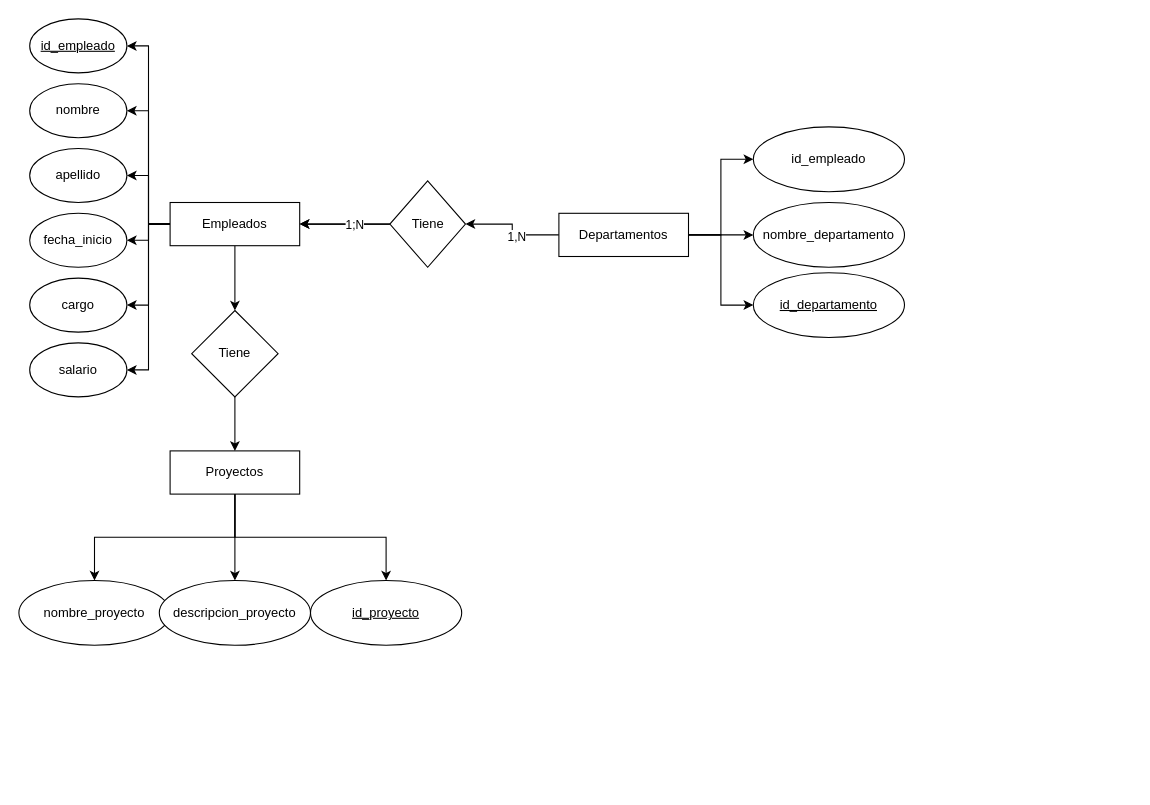
L3AC/DB_Will_MD1 keeps this draw.io diagram as DiagramaER.drawio. Above is the earlier version. Source tidied: cells renumbered, new cells numbered last; positions are measured from the earlier drawing's top-left corner, leaving out a move shared by most shapes. Both pictures are drawn from the tidied source at 108%, with x=0, y=0 at pixel (18, 18).
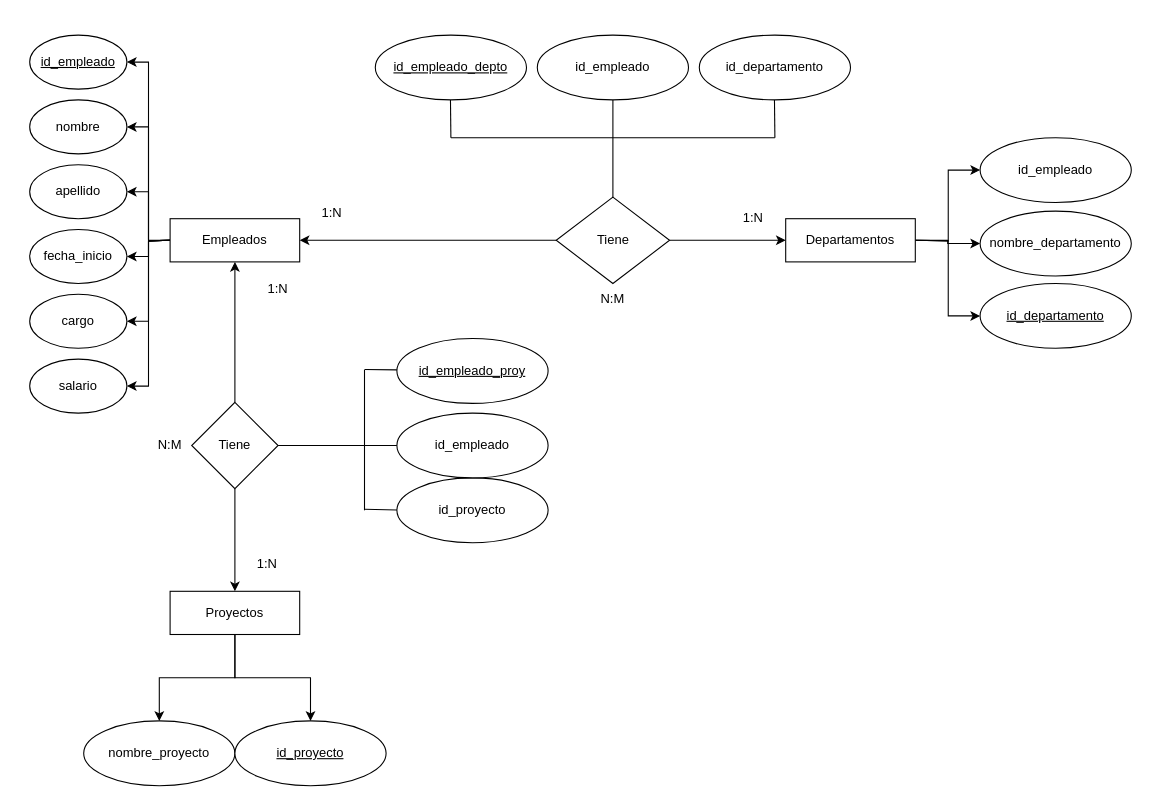
After the change.

Change to the diagram source:
```diff
@@
-    <mxCell id="2" style="edgeStyle=orthogonalEdgeStyle;rounded=0;jettySize=auto;html=1;exitX=0;exitY=0.5;exitDx=0;exitDy=0;entryX=1;entryY=0.5;entryDx=0;entryDy=0;" parent="1" edge="1" source="9" target="20">
+    <mxCell id="2" style="edgeStyle=orthogonalEdgeStyle;rounded=0;jettySize=auto;html=1;exitX=0;exitY=0.5;exitDx=0;exitDy=0;entryX=1;entryY=0.5;entryDx=0;entryDy=0;" parent="1" edge="1" target="20">
       <mxGeometry relative="1" as="geometry">
+        <mxPoint x="140" y="205" as="sourcePoint" />
         <Array as="points">
-          <mxPoint x="120" y="190" />
-          <mxPoint x="120" y="85" />
+          <mxPoint x="120" y="205" />
+          <mxPoint x="120" y="100" />
         </Array>
       </mxGeometry>
     </mxCell>
-    <mxCell id="3" style="edgeStyle=orthogonalEdgeStyle;rounded=0;jettySize=auto;html=1;exitX=0;exitY=0.5;exitDx=0;exitDy=0;entryX=1;entryY=0.5;entryDx=0;entryDy=0;" parent="1" edge="1" source="9" target="21">
-      <mxGeometry relative="1" as="geometry" />
+    <mxCell id="3" style="edgeStyle=orthogonalEdgeStyle;rounded=0;jettySize=auto;html=1;exitX=0;exitY=0.5;exitDx=0;exitDy=0;entryX=1;entryY=0.5;entryDx=0;entryDy=0;" parent="1" edge="1" target="21">
+      <mxGeometry relative="1" as="geometry">
+        <mxPoint x="140" y="205" as="sourcePoint" />
+      </mxGeometry>
     </mxCell>
-    <mxCell id="4" style="edgeStyle=orthogonalEdgeStyle;rounded=0;jettySize=auto;html=1;exitX=0;exitY=0.5;exitDx=0;exitDy=0;" parent="1" edge="1" source="9" target="24">
-      <mxGeometry relative="1" as="geometry" />
+    <mxCell id="4" style="edgeStyle=orthogonalEdgeStyle;rounded=0;jettySize=auto;html=1;exitX=0;exitY=0.5;exitDx=0;exitDy=0;" parent="1" edge="1" target="24">
+      <mxGeometry relative="1" as="geometry">
+        <mxPoint x="140" y="205" as="sourcePoint" />
+      </mxGeometry>
     </mxCell>
-    <mxCell id="5" style="edgeStyle=orthogonalEdgeStyle;rounded=0;jettySize=auto;html=1;exitX=0;exitY=0.5;exitDx=0;exitDy=0;entryX=1;entryY=0.5;entryDx=0;entryDy=0;" parent="1" edge="1" source="9" target="22">
-      <mxGeometry relative="1" as="geometry" />
+    <mxCell id="5" style="edgeStyle=orthogonalEdgeStyle;rounded=0;jettySize=auto;html=1;exitX=0;exitY=0.5;exitDx=0;exitDy=0;entryX=1;entryY=0.5;entryDx=0;entryDy=0;" parent="1" edge="1" target="22">
+      <mxGeometry relative="1" as="geometry">
+        <mxPoint x="140" y="205" as="sourcePoint" />
+      </mxGeometry>
     </mxCell>
-    <mxCell id="6" style="edgeStyle=orthogonalEdgeStyle;rounded=0;jettySize=auto;html=1;exitX=0;exitY=0.5;exitDx=0;exitDy=0;entryX=1;entryY=0.5;entryDx=0;entryDy=0;" parent="1" edge="1" source="9" target="23">
-      <mxGeometry relative="1" as="geometry" />
+    <mxCell id="6" style="edgeStyle=orthogonalEdgeStyle;rounded=0;jettySize=auto;html=1;exitX=0;exitY=0.5;exitDx=0;exitDy=0;entryX=1;entryY=0.5;entryDx=0;entryDy=0;" parent="1" edge="1" target="23">
+      <mxGeometry relative="1" as="geometry">
+        <mxPoint x="140" y="205" as="sourcePoint" />
+      </mxGeometry>
     </mxCell>
-    <mxCell id="7" style="edgeStyle=orthogonalEdgeStyle;rounded=0;jettySize=auto;html=1;exitX=0.5;exitY=1;exitDx=0;exitDy=0;entryX=0.5;entryY=0;entryDx=0;entryDy=0;" parent="1" edge="1" source="9" target="30">
-      <mxGeometry relative="1" as="geometry" />
-    </mxCell>
-    <mxCell id="8" style="edgeStyle=orthogonalEdgeStyle;rounded=0;jettySize=auto;html=1;exitX=0;exitY=0.5;exitDx=0;exitDy=0;entryX=1;entryY=0.5;entryDx=0;entryDy=0;" parent="1" edge="1" source="9" target="35">
-      <mxGeometry relative="1" as="geometry" />
+    <mxCell id="8" style="edgeStyle=orthogonalEdgeStyle;rounded=0;jettySize=auto;html=1;exitX=0;exitY=0.5;exitDx=0;exitDy=0;entryX=1;entryY=0.5;entryDx=0;entryDy=0;" parent="1" edge="1" target="35">
+      <mxGeometry relative="1" as="geometry">
+        <mxPoint x="140" y="205" as="sourcePoint" />
+      </mxGeometry>
     </mxCell>
     <mxCell id="9" value="Empleados" style="rounded=0;whiteSpace=wrap;html=1;" parent="1" vertex="1">
-      <mxGeometry x="140" y="170" width="120" height="40" as="geometry" />
+      <mxGeometry x="140" y="185" width="120" height="40" as="geometry" />
     </mxCell>
-    <mxCell id="10" style="edgeStyle=orthogonalEdgeStyle;rounded=0;jettySize=auto;html=1;exitX=0;exitY=0.5;exitDx=0;exitDy=0;entryX=1;entryY=0.5;entryDx=0;entryDy=0;" parent="1" edge="1" source="15" target="28">
-      <mxGeometry relative="1" as="geometry" />
-    </mxCell>
-    <mxCell id="11" value="1,N" style="edgeLabel;html=1;align=center;verticalAlign=middle;" parent="10" vertex="1">
-      <mxGeometry x="-0.18" y="1" relative="1" as="geometry" />
-    </mxCell>
-    <mxCell id="12" style="edgeStyle=orthogonalEdgeStyle;rounded=0;jettySize=auto;html=1;exitX=1;exitY=0.5;exitDx=0;exitDy=0;entryX=0;entryY=0.5;entryDx=0;entryDy=0;" parent="1" edge="1" source="15" target="31">
-      <mxGeometry relative="1" as="geometry" />
-    </mxCell>
-    <mxCell id="13" style="edgeStyle=orthogonalEdgeStyle;rounded=0;jettySize=auto;html=1;exitX=1;exitY=0.5;exitDx=0;exitDy=0;entryX=0;entryY=0.5;entryDx=0;entryDy=0;" parent="1" edge="1" source="15" target="33">
-      <mxGeometry relative="1" as="geometry" />
+    <mxCell id="13" style="edgeStyle=orthogonalEdgeStyle;rounded=0;jettySize=auto;html=1;exitX=1;exitY=0.5;exitDx=0;exitDy=0;entryX=0;entryY=0.5;entryDx=0;entryDy=0;" parent="1" edge="1" target="33">
+      <mxGeometry relative="1" as="geometry">
+        <mxPoint x="830" y="205" as="sourcePoint" />
+      </mxGeometry>
     </mxCell>
-    <mxCell id="14" style="edgeStyle=orthogonalEdgeStyle;rounded=0;jettySize=auto;html=1;exitX=1;exitY=0.5;exitDx=0;exitDy=0;entryX=0;entryY=0.5;entryDx=0;entryDy=0;" parent="1" edge="1" source="15" target="36">
-      <mxGeometry relative="1" as="geometry" />
+    <mxCell id="14" style="edgeStyle=orthogonalEdgeStyle;rounded=0;jettySize=auto;html=1;exitX=1;exitY=0.5;exitDx=0;exitDy=0;entryX=0;entryY=0.5;entryDx=0;entryDy=0;" parent="1" edge="1" target="36">
+      <mxGeometry relative="1" as="geometry">
+        <mxPoint x="830" y="205" as="sourcePoint" />
+      </mxGeometry>
     </mxCell>
+    <mxCell id="12" style="edgeStyle=orthogonalEdgeStyle;rounded=0;jettySize=auto;html=1;entryX=0;entryY=0.5;entryDx=0;entryDy=0;" parent="1" edge="1" source="15" target="31">
+      <mxGeometry relative="1" as="geometry" />
+    </mxCell>
     <mxCell id="15" value="Departamentos" style="rounded=0;whiteSpace=wrap;html=1;" parent="1" vertex="1">
-      <mxGeometry x="500" y="180" width="120" height="40" as="geometry" />
+      <mxGeometry x="710" y="185" width="120" height="40" as="geometry" />
     </mxCell>
@@
-    <mxCell id="17" style="edgeStyle=orthogonalEdgeStyle;rounded=0;jettySize=auto;html=1;exitX=0.5;exitY=1;exitDx=0;exitDy=0;entryX=0.5;entryY=0;entryDx=0;entryDy=0;" parent="1" edge="1" source="19" target="34">
-      <mxGeometry relative="1" as="geometry" />
-    </mxCell>
@@
     <mxCell id="19" value="Proyectos" style="rounded=0;whiteSpace=wrap;html=1;" parent="1" vertex="1">
-      <mxGeometry x="140" y="400" width="120" height="40" as="geometry" />
+      <mxGeometry x="140" y="530" width="120" height="40" as="geometry" />
     </mxCell>
     <mxCell id="20" value="nombre" style="ellipse;whiteSpace=wrap;html=1;" parent="1" vertex="1">
-      <mxGeometry x="10" y="60" width="90" height="50" as="geometry" />
+      <mxGeometry x="10" y="75" width="90" height="50" as="geometry" />
     </mxCell>
     <mxCell id="21" value="apellido" style="ellipse;whiteSpace=wrap;html=1;" parent="1" vertex="1">
-      <mxGeometry x="10" y="120" width="90" height="50" as="geometry" />
+      <mxGeometry x="10" y="135" width="90" height="50" as="geometry" />
     </mxCell>
     <mxCell id="22" value="cargo" style="ellipse;whiteSpace=wrap;html=1;" parent="1" vertex="1">
-      <mxGeometry x="10" y="240" width="90" height="50" as="geometry" />
+      <mxGeometry x="10" y="255" width="90" height="50" as="geometry" />
     </mxCell>
     <mxCell id="23" value="salario" style="ellipse;whiteSpace=wrap;html=1;" parent="1" vertex="1">
-      <mxGeometry x="10" y="300" width="90" height="50" as="geometry" />
+      <mxGeometry x="10" y="315" width="90" height="50" as="geometry" />
     </mxCell>
     <mxCell id="24" value="fecha_inicio" style="ellipse;whiteSpace=wrap;html=1;" parent="1" vertex="1">
-      <mxGeometry x="10" y="180" width="90" height="50" as="geometry" />
+      <mxGeometry x="10" y="195" width="90" height="50" as="geometry" />
     </mxCell>
-    <mxCell id="25" style="edgeStyle=orthogonalEdgeStyle;rounded=0;jettySize=auto;html=1;exitX=0;exitY=0.5;exitDx=0;exitDy=0;entryX=1;entryY=0.5;entryDx=0;entryDy=0;" parent="1" edge="1" source="28" target="9">
-      <mxGeometry relative="1" as="geometry" />
-    </mxCell>
-    <mxCell id="26" style="edgeStyle=orthogonalEdgeStyle;rounded=0;jettySize=auto;html=1;" parent="1" edge="1" source="28" target="9">
-      <mxGeometry relative="1" as="geometry" />
-    </mxCell>
-    <mxCell id="27" value="1;N" style="edgeLabel;html=1;align=center;verticalAlign=middle;" parent="26" vertex="1">
-      <mxGeometry x="-0.2" relative="1" as="geometry" />
-    </mxCell>
+    <mxCell id="38" style="edgeStyle=orthogonalEdgeStyle;rounded=0;jettySize=auto;html=1;entryX=1;entryY=0.5;entryDx=0;entryDy=0;" parent="1" edge="1" source="28" target="9">
+      <mxGeometry relative="1" as="geometry" />
+    </mxCell>
     <mxCell id="28" value="Tiene" style="rhombus;whiteSpace=wrap;html=1;" parent="1" vertex="1">
-      <mxGeometry x="343.5" y="150" width="70" height="80" as="geometry" />
+      <mxGeometry x="497.5" y="165" width="105" height="80" as="geometry" />
     </mxCell>
@@
     <mxCell id="30" value="Tiene" style="rhombus;whiteSpace=wrap;html=1;" parent="1" vertex="1">
-      <mxGeometry x="160" y="270" width="80" height="80" as="geometry" />
+      <mxGeometry x="160" y="355" width="80" height="80" as="geometry" />
     </mxCell>
     <mxCell id="31" value="nombre_departamento" style="ellipse;whiteSpace=wrap;html=1;" parent="1" vertex="1">
-      <mxGeometry x="680" y="170" width="140" height="60" as="geometry" />
+      <mxGeometry x="890" y="178" width="140" height="60" as="geometry" />
     </mxCell>
     <mxCell id="32" value="nombre_proyecto" style="ellipse;whiteSpace=wrap;html=1;" parent="1" vertex="1">
-      <mxGeometry y="520" width="140" height="60" as="geometry" />
+      <mxGeometry x="60" y="650" width="140" height="60" as="geometry" />
     </mxCell>
     <mxCell id="33" value="id_empleado" style="ellipse;whiteSpace=wrap;html=1;" parent="1" vertex="1">
-      <mxGeometry x="680" y="100" width="140" height="60" as="geometry" />
+      <mxGeometry x="890" y="110" width="140" height="60" as="geometry" />
     </mxCell>
-    <mxCell id="34" value="descripcion_proyecto" style="ellipse;whiteSpace=wrap;html=1;" parent="1" vertex="1">
-      <mxGeometry x="130" y="520" width="140" height="60" as="geometry" />
-    </mxCell>
     <mxCell id="35" value="&lt;u&gt;id_empleado&lt;/u&gt;" style="ellipse;whiteSpace=wrap;html=1;" parent="1" vertex="1">
-      <mxGeometry x="10" width="90" height="50" as="geometry" />
+      <mxGeometry x="10" y="15" width="90" height="50" as="geometry" />
     </mxCell>
     <mxCell id="36" value="&lt;u&gt;id_departamento&lt;/u&gt;" style="ellipse;whiteSpace=wrap;html=1;" parent="1" vertex="1">
-      <mxGeometry x="680" y="235" width="140" height="60" as="geometry" />
+      <mxGeometry x="890" y="245" width="140" height="60" as="geometry" />
     </mxCell>
     <mxCell id="37" value="&lt;u&gt;id_proyecto&lt;/u&gt;" style="ellipse;whiteSpace=wrap;html=1;" parent="1" vertex="1">
-      <mxGeometry x="270" y="520" width="140" height="60" as="geometry" />
+      <mxGeometry x="200" y="650" width="140" height="60" as="geometry" />
     </mxCell>
+    <mxCell id="39" style="edgeStyle=orthogonalEdgeStyle;rounded=0;jettySize=auto;html=1;entryX=0.5;entryY=1;entryDx=0;entryDy=0;exitX=0.5;exitY=0;exitDx=0;exitDy=0;" parent="1" edge="1" source="30" target="9">
+      <mxGeometry relative="1" as="geometry" />
+    </mxCell>
+    <mxCell id="40" value="&lt;u&gt;id_empleado_proy&lt;/u&gt;" style="ellipse;whiteSpace=wrap;html=1;" parent="1" vertex="1">
+      <mxGeometry x="350" y="296" width="140" height="60" as="geometry" />
+    </mxCell>
+    <mxCell id="41" value="id_proyecto" style="ellipse;whiteSpace=wrap;html=1;" parent="1" vertex="1">
+      <mxGeometry x="350" y="425" width="140" height="60" as="geometry" />
+    </mxCell>
+    <mxCell id="42" value="id_empleado" style="ellipse;whiteSpace=wrap;html=1;" parent="1" vertex="1">
+      <mxGeometry x="350" y="365" width="140" height="60" as="geometry" />
+    </mxCell>
+    <mxCell id="43" style="endArrow=none;html=1;rounded=0;entryX=0;entryY=0.5;entryDx=0;entryDy=0;exitX=1;exitY=0.5;exitDx=0;exitDy=0;" parent="1" edge="1" source="30" target="42">
+      <mxGeometry relative="1" as="geometry" />
+    </mxCell>
+    <mxCell id="44" style="endArrow=none;html=1;rounded=0;" parent="1" edge="1">
+      <mxGeometry relative="1" as="geometry">
+        <mxPoint x="320" y="325" as="sourcePoint" />
+        <mxPoint x="320" y="455" as="targetPoint" />
+      </mxGeometry>
+    </mxCell>
+    <mxCell id="45" style="endArrow=none;html=1;rounded=0;exitX=1;exitY=0.5;exitDx=0;exitDy=0;" parent="1" edge="1">
+      <mxGeometry relative="1" as="geometry">
+        <mxPoint x="320" y="324.7" as="sourcePoint" />
+        <mxPoint x="350" y="325" as="targetPoint" />
+      </mxGeometry>
+    </mxCell>
+    <mxCell id="46" style="endArrow=none;html=1;rounded=0;exitX=1;exitY=0.5;exitDx=0;exitDy=0;entryX=0;entryY=0.5;entryDx=0;entryDy=0;" parent="1" edge="1">
+      <mxGeometry relative="1" as="geometry">
+        <mxPoint x="320" y="454" as="sourcePoint" />
+        <mxPoint x="350" y="454.7" as="targetPoint" />
+      </mxGeometry>
+    </mxCell>
+    <mxCell id="47" value="N:M" style="text;html=1;strokeColor=none;fillColor=none;align=center;verticalAlign=middle;whiteSpace=wrap;rounded=0;" parent="1" vertex="1">
+      <mxGeometry x="520" y="245" width="60" height="30" as="geometry" />
+    </mxCell>
+    <mxCell id="48" value="N:M" style="text;html=1;strokeColor=none;fillColor=none;align=center;verticalAlign=middle;whiteSpace=wrap;rounded=0;" parent="1" vertex="1">
+      <mxGeometry x="110" y="380" width="60" height="30" as="geometry" />
+    </mxCell>
+    <mxCell id="49" style="edgeStyle=orthogonalEdgeStyle;rounded=0;jettySize=auto;html=1;entryX=0;entryY=0.5;entryDx=0;entryDy=0;exitX=1;exitY=0.5;exitDx=0;exitDy=0;" parent="1" edge="1" source="28" target="15">
+      <mxGeometry relative="1" as="geometry" />
+    </mxCell>
+    <mxCell id="50" value="1:N" style="text;html=1;strokeColor=none;fillColor=none;align=center;verticalAlign=middle;whiteSpace=wrap;rounded=0;" parent="1" vertex="1">
+      <mxGeometry x="210" y="235" width="60" height="30" as="geometry" />
+    </mxCell>
+    <mxCell id="51" value="1:N" style="text;html=1;strokeColor=none;fillColor=none;align=center;verticalAlign=middle;whiteSpace=wrap;rounded=0;" parent="1" vertex="1">
+      <mxGeometry x="650" y="170" width="60" height="30" as="geometry" />
+    </mxCell>
+    <mxCell id="52" value="&lt;u&gt;id_empleado_depto&lt;/u&gt;" style="ellipse;whiteSpace=wrap;html=1;" parent="1" vertex="1">
+      <mxGeometry x="330" y="15" width="140" height="60" as="geometry" />
+    </mxCell>
+    <mxCell id="53" value="id_empleado" style="ellipse;whiteSpace=wrap;html=1;" parent="1" vertex="1">
+      <mxGeometry x="480" y="15" width="140" height="60" as="geometry" />
+    </mxCell>
+    <mxCell id="54" value="id_departamento" style="ellipse;whiteSpace=wrap;html=1;" parent="1" vertex="1">
+      <mxGeometry x="630" y="15" width="140" height="60" as="geometry" />
+    </mxCell>
+    <mxCell id="55" style="endArrow=none;html=1;rounded=0;entryX=0.5;entryY=1;entryDx=0;entryDy=0;exitX=0.5;exitY=0;exitDx=0;exitDy=0;" parent="1" edge="1" source="28" target="53">
+      <mxGeometry relative="1" as="geometry" />
+    </mxCell>
+    <mxCell id="56" style="endArrow=none;html=1;rounded=0;" parent="1" edge="1">
+      <mxGeometry relative="1" as="geometry">
+        <mxPoint x="400" y="110" as="sourcePoint" />
+        <mxPoint x="399.6" y="75" as="targetPoint" />
+      </mxGeometry>
+    </mxCell>
+    <mxCell id="57" style="endArrow=none;html=1;rounded=0;" parent="1" edge="1">
+      <mxGeometry relative="1" as="geometry">
+        <mxPoint x="700" y="110" as="sourcePoint" />
+        <mxPoint x="699.6" y="75" as="targetPoint" />
+      </mxGeometry>
+    </mxCell>
+    <mxCell id="58" style="endArrow=none;html=1;rounded=0;entryX=0.5;entryY=1;entryDx=0;entryDy=0;" parent="1" edge="1">
+      <mxGeometry relative="1" as="geometry">
+        <mxPoint x="700" y="110" as="sourcePoint" />
+        <mxPoint x="400" y="110" as="targetPoint" />
+      </mxGeometry>
+    </mxCell>
+    <mxCell id="59" value="1:N" style="text;html=1;strokeColor=none;fillColor=none;align=center;verticalAlign=middle;whiteSpace=wrap;rounded=0;" parent="1" vertex="1">
+      <mxGeometry x="260" y="165" width="60" height="30" as="geometry" />
+    </mxCell>
+    <mxCell id="60" value="1:N" style="text;html=1;strokeColor=none;fillColor=none;align=center;verticalAlign=middle;whiteSpace=wrap;rounded=0;" parent="1" vertex="1">
+      <mxGeometry x="200" y="490" width="60" height="30" as="geometry" />
+    </mxCell>
```
